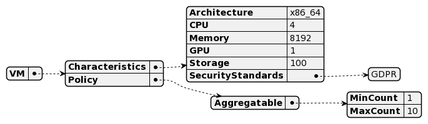
This is models/examples/img/flavor-types/vm.png from SteGala/REAR-data-models, a PlantUML export, as it was before one commit.
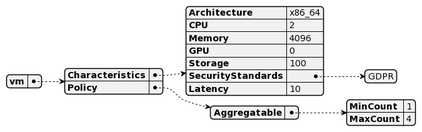
After the change.

What changed in the source:
```diff
@@ -1,20 +1,23 @@
 @startjson
 {
-    "VM": {
-      "Characteristics": {
-        "Architecture": "x86_64",
-        "CPU": 4,
-        "Memory": 8192,
-        "GPU": 1,
-        "Storage": 100,
-        "SecurityStandards": ["GDPR"]
-      },
-      "Policy": {
-        "Aggregatable": {
-          "MinCount": 1,
-          "MaxCount": 10
-        }
+  "vm": {
+    "Characteristics": {
+      "Architecture": "x86_64",
+      "CPU": 2,
+      "Memory": 4096,
+      "GPU": 0,
+      "Storage": 100,
+      "SecurityStandards": [
+        "GDPR"
+      ],
+      "Latency": 10
+    },
+    "Policy": {
+      "Aggregatable": {
+        "MinCount": 1,
+        "MaxCount": 4
       }
     }
   }
+}
 @endjson
```
